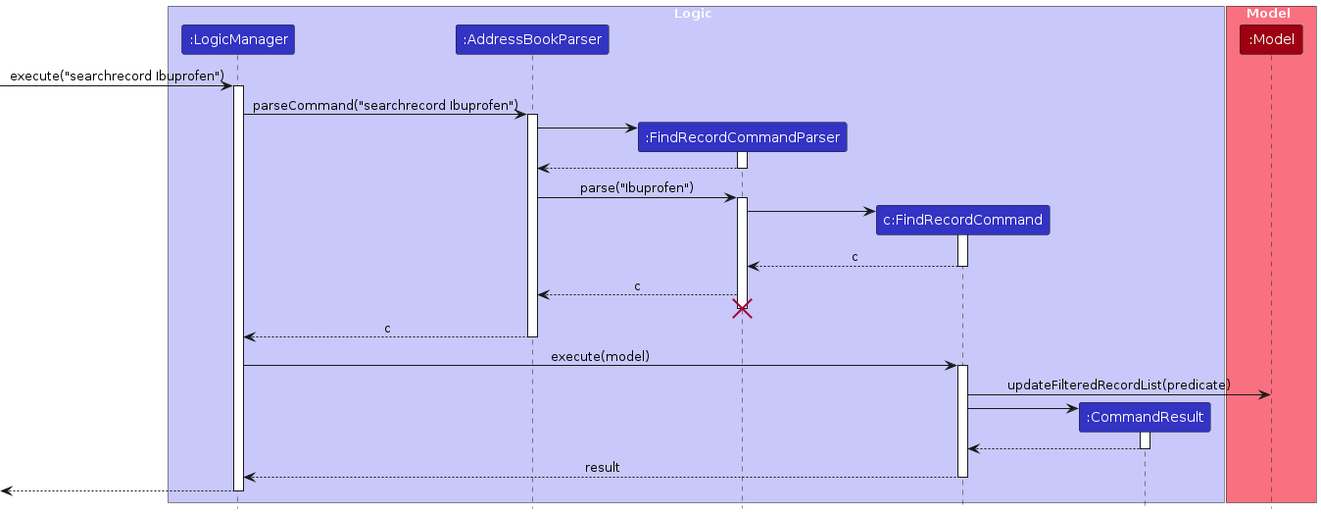
The PlantUML diagram diagrams/FindRecordSequenceDiagram.png in ryanongwx/tp, before a commit. Its source is kept beside it as diagrams/FindRecordSequenceDiagram.puml. Source of this version:
```plantuml
@startuml
!include style.puml
skinparam ArrowFontStyle plain

box Logic LOGIC_COLOR_T1
participant ":LogicManager" as LogicManager LOGIC_COLOR
participant ":AddressBookParser" as AddressBookParser LOGIC_COLOR
participant ":FindRecordCommandParser" as FindRecordCommandParser LOGIC_COLOR
participant "c:FindRecordCommand" as FindRecordCommand LOGIC_COLOR
participant ":CommandResult" as CommandResult LOGIC_COLOR
end box

box Model MODEL_COLOR_T1
participant ":Model" as Model MODEL_COLOR
end box

[-> LogicManager : execute("searchrecord Ibuprofen")
activate LogicManager

LogicManager -> AddressBookParser : parseCommand("searchrecord Ibuprofen")
activate AddressBookParser

create FindRecordCommandParser
AddressBookParser -> FindRecordCommandParser
activate FindRecordCommandParser

FindRecordCommandParser --> AddressBookParser
deactivate FindRecordCommandParser

AddressBookParser -> FindRecordCommandParser : parse("Ibuprofen")
activate FindRecordCommandParser

create FindRecordCommand
FindRecordCommandParser -> FindRecordCommand
activate FindRecordCommand

FindRecordCommand --> FindRecordCommandParser : c
deactivate FindRecordCommand

FindRecordCommandParser --> AddressBookParser : c
deactivate FindRecordCommand
FindRecordCommandParser -[hidden]-> AddressBookParser
destroy FindRecordCommandParser

AddressBookParser --> LogicManager : c
deactivate AddressBookParser

LogicManager -> FindRecordCommand : execute(model)
activate FindRecordCommand

FindRecordCommand -> Model : updateFilteredRecordList(predicate)

create CommandResult
FindRecordCommand -> CommandResult
activate CommandResult

CommandResult --> FindRecordCommand
deactivate CommandResult

FindRecordCommand --> LogicManager : result
deactivate FindRecordCommand


[<--LogicManager
deactivate LogicManager
@enduml
```
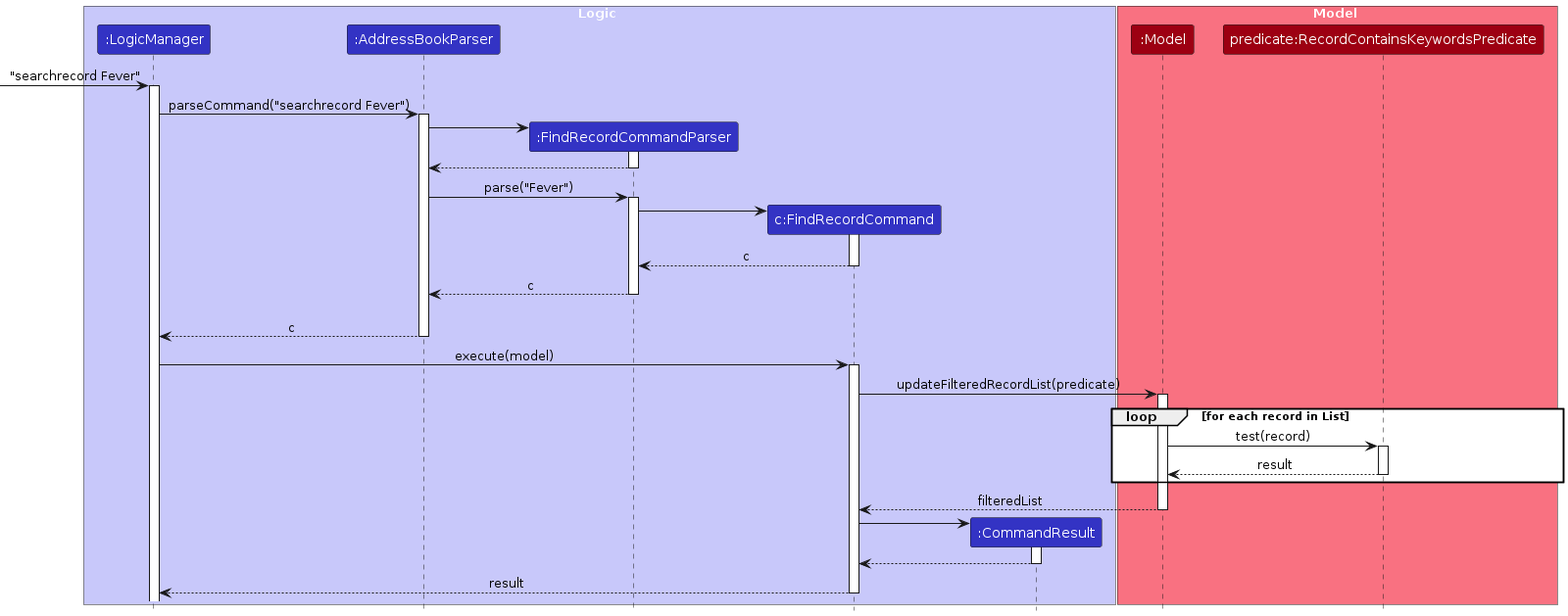
The same file after the commit.

Change to the diagram source:
```diff
@@ -10,14 +10,18 @@
 participant ":CommandResult" as CommandResult LOGIC_COLOR
 end box
 
+
 box Model MODEL_COLOR_T1
 participant ":Model" as Model MODEL_COLOR
+participant "predicate:RecordContainsKeywordsPredicate" as Predicate MODEL_COLOR
 end box
 
-[-> LogicManager : execute("searchrecord Ibuprofen")
+
+
+[-> LogicManager : "searchrecord Fever"
 activate LogicManager
 
-LogicManager -> AddressBookParser : parseCommand("searchrecord Ibuprofen")
+LogicManager -> AddressBookParser : parseCommand("searchrecord Fever")
 activate AddressBookParser
 
 create FindRecordCommandParser
@@ -27,7 +31,7 @@
 FindRecordCommandParser --> AddressBookParser
 deactivate FindRecordCommandParser
 
-AddressBookParser -> FindRecordCommandParser : parse("Ibuprofen")
+AddressBookParser -> FindRecordCommandParser : parse("Fever")
 activate FindRecordCommandParser
 
 create FindRecordCommand
@@ -38,9 +42,9 @@
 deactivate FindRecordCommand
 
 FindRecordCommandParser --> AddressBookParser : c
-deactivate FindRecordCommand
+deactivate FindRecordCommandParser
 FindRecordCommandParser -[hidden]-> AddressBookParser
-destroy FindRecordCommandParser
+deactivate FindRecordCommandParser
 
 AddressBookParser --> LogicManager : c
 deactivate AddressBookParser
@@ -49,6 +53,17 @@
 activate FindRecordCommand
 
 FindRecordCommand -> Model : updateFilteredRecordList(predicate)
+activate Model
+
+loop for each record in List
+    Model -> Predicate : test(record)
+    activate Predicate
+    Predicate --> Model : result
+    deactivate Predicate
+end
+
+Model --> FindRecordCommand : filteredList
+deactivate Model
 
 create CommandResult
 FindRecordCommand -> CommandResult
@@ -60,7 +75,4 @@
 FindRecordCommand --> LogicManager : result
 deactivate FindRecordCommand
 
-
-[<--LogicManager
-deactivate LogicManager
 @enduml
```
